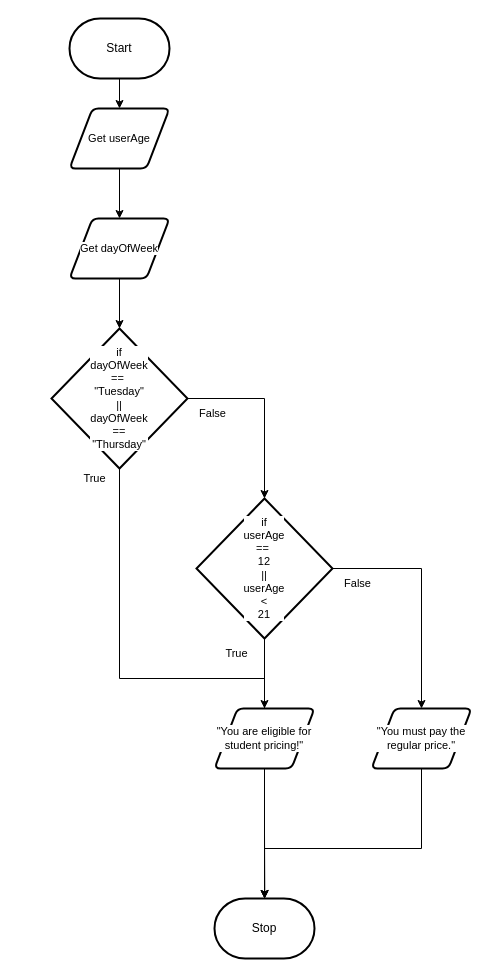
Earlier version of the draw.io diagram design/flowchart.drawio (MTHS-ICD2O-1-2024/ICD2O-Unit-5-04-bain-liao-1). Source tidied: cells renumbered, new cells numbered last; positions are measured from the earlier drawing's top-left corner, leaving out a move shared by most shapes. Both pictures are drawn from the tidied source at 100%, with x=0, y=0 at pixel (51, 18).
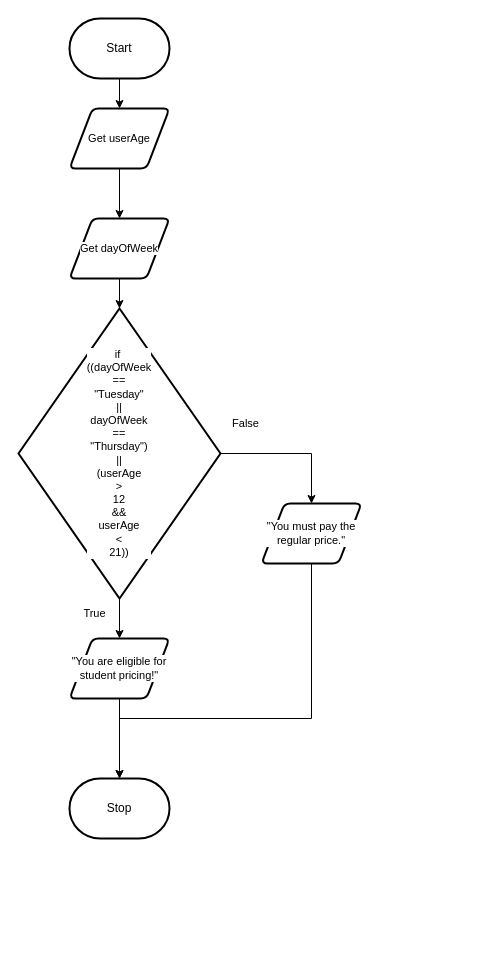
The same page after the edit.

Commit message (it also covers changes not shown here):
updated flowchart and code to be like flowchart

Diff of the diagram source:
```diff
@@
-    <mxCell id="4" style="edgeStyle=orthogonalEdgeStyle;shape=connector;rounded=0;html=1;exitX=1;exitY=0.5;exitDx=0;exitDy=0;exitPerimeter=0;strokeColor=default;align=center;verticalAlign=middle;fontFamily=Helvetica;fontSize=11;fontColor=default;labelBackgroundColor=default;endArrow=classic;entryX=0.5;entryY=0;entryDx=0;entryDy=0;entryPerimeter=0;" parent="1" edge="1" source="6" target="18">
-      <mxGeometry relative="1" as="geometry">
-        <Array as="points">
-          <mxPoint x="213" y="380" />
-        </Array>
-      </mxGeometry>
-    </mxCell>
-    <mxCell id="5" style="edgeStyle=orthogonalEdgeStyle;shape=connector;rounded=0;html=1;exitX=0.5;exitY=1;exitDx=0;exitDy=0;exitPerimeter=0;strokeColor=default;align=center;verticalAlign=middle;fontFamily=Helvetica;fontSize=11;fontColor=default;labelBackgroundColor=default;endArrow=classic;entryX=0.5;entryY=0;entryDx=0;entryDy=0;entryPerimeter=0;" parent="1" edge="1" source="6" target="11">
-      <mxGeometry relative="1" as="geometry">
-        <Array as="points">
-          <mxPoint x="68" y="660" />
-          <mxPoint x="213" y="660" />
-        </Array>
-      </mxGeometry>
-    </mxCell>
+    <mxCell id="23" style="edgeStyle=orthogonalEdgeStyle;shape=connector;rounded=0;html=1;exitX=1;exitY=0.5;exitDx=0;exitDy=0;exitPerimeter=0;entryX=0.5;entryY=0;entryDx=0;entryDy=0;strokeColor=default;align=center;verticalAlign=middle;fontFamily=Helvetica;fontSize=11;fontColor=default;labelBackgroundColor=default;endArrow=classic;" parent="1" edge="1" source="6" target="13">
+      <mxGeometry relative="1" as="geometry" />
+    </mxCell>
-    <mxCell id="6" value="if&lt;div&gt;dayOfWeek&lt;/div&gt;&lt;div&gt;==&amp;nbsp;&lt;/div&gt;&lt;div&gt;&quot;Tuesday&quot;&lt;/div&gt;&lt;div&gt;||&lt;/div&gt;&lt;div&gt;dayOfWeek&lt;/div&gt;&lt;div&gt;==&lt;/div&gt;&lt;div&gt;&quot;Thursday&quot;&lt;/div&gt;&lt;div&gt;&lt;/div&gt;&lt;div&gt;&lt;/div&gt;&lt;div&gt;&lt;/div&gt;&lt;div&gt;&lt;/div&gt;" style="strokeWidth=2;html=1;shape=mxgraph.flowchart.decision;whiteSpace=wrap;fontFamily=Helvetica;fontSize=11;fontColor=default;labelBackgroundColor=default;" parent="1" vertex="1">
-      <mxGeometry y="310" width="136" height="140" as="geometry" />
+    <mxCell id="6" value="&lt;div&gt;&lt;font style=&quot;&quot;&gt;if&amp;nbsp;&lt;/font&gt;&lt;/div&gt;&lt;div&gt;&lt;font style=&quot;&quot;&gt;&lt;font style=&quot;&quot;&gt;(&lt;/font&gt;&lt;span style=&quot;background-color: light-dark(#ffffff, var(--ge-dark-color, #121212));&quot;&gt;(dayOfWeek&lt;/span&gt;&lt;/font&gt;&lt;/div&gt;&lt;div&gt;&lt;span style=&quot;background-color: light-dark(#ffffff, var(--ge-dark-color, #121212));&quot;&gt;&lt;font style=&quot;&quot;&gt;==&lt;/font&gt;&lt;/span&gt;&lt;/div&gt;&lt;div&gt;&lt;span style=&quot;background-color: light-dark(#ffffff, var(--ge-dark-color, #121212));&quot;&gt;&lt;font style=&quot;&quot;&gt;&quot;Tuesday&quot;&lt;/font&gt;&lt;/span&gt;&lt;/div&gt;&lt;div&gt;&lt;span style=&quot;background-color: light-dark(#ffffff, var(--ge-dark-color, #121212));&quot;&gt;&lt;font style=&quot;&quot;&gt;||&lt;/font&gt;&lt;/span&gt;&lt;/div&gt;&lt;div&gt;&lt;span style=&quot;background-color: light-dark(#ffffff, var(--ge-dark-color, #121212));&quot;&gt;&lt;font style=&quot;&quot;&gt;dayOfWeek&lt;/font&gt;&lt;/span&gt;&lt;/div&gt;&lt;div&gt;&lt;span style=&quot;background-color: light-dark(#ffffff, var(--ge-dark-color, #121212));&quot;&gt;&lt;font style=&quot;&quot;&gt;==&lt;/font&gt;&lt;/span&gt;&lt;/div&gt;&lt;div&gt;&lt;span style=&quot;background-color: light-dark(#ffffff, var(--ge-dark-color, #121212));&quot;&gt;&lt;font style=&quot;&quot;&gt;&quot;Thursday&quot;)&lt;/font&gt;&lt;/span&gt;&lt;/div&gt;&lt;div&gt;&lt;span style=&quot;background-color: light-dark(#ffffff, var(--ge-dark-color, #121212));&quot;&gt;&lt;font style=&quot;&quot;&gt;||&lt;/font&gt;&lt;/span&gt;&lt;/div&gt;&lt;div&gt;&lt;span style=&quot;background-color: light-dark(#ffffff, var(--ge-dark-color, #121212));&quot;&gt;&lt;font style=&quot;&quot;&gt;(userAge&lt;/font&gt;&lt;/span&gt;&lt;/div&gt;&lt;div&gt;&lt;span style=&quot;background-color: light-dark(#ffffff, var(--ge-dark-color, #121212));&quot;&gt;&lt;font style=&quot;&quot;&gt;&amp;gt;&lt;/font&gt;&lt;/span&gt;&lt;/div&gt;&lt;div&gt;&lt;span style=&quot;background-color: light-dark(#ffffff, var(--ge-dark-color, #121212));&quot;&gt;&lt;font style=&quot;&quot;&gt;12&lt;/font&gt;&lt;/span&gt;&lt;/div&gt;&lt;div&gt;&lt;span style=&quot;background-color: light-dark(#ffffff, var(--ge-dark-color, #121212));&quot;&gt;&lt;font style=&quot;&quot;&gt;&amp;amp;&amp;amp;&lt;/font&gt;&lt;/span&gt;&lt;/div&gt;&lt;div&gt;&lt;span style=&quot;background-color: light-dark(#ffffff, var(--ge-dark-color, #121212));&quot;&gt;&lt;font style=&quot;&quot;&gt;userAge&lt;/font&gt;&lt;/span&gt;&lt;/div&gt;&lt;div&gt;&lt;span style=&quot;background-color: light-dark(#ffffff, var(--ge-dark-color, #121212));&quot;&gt;&lt;font style=&quot;&quot;&gt;&amp;lt;&lt;/font&gt;&lt;/span&gt;&lt;/div&gt;&lt;div&gt;&lt;font style=&quot;&quot;&gt;&lt;span style=&quot;background-color: light-dark(#ffffff, var(--ge-dark-color, #121212));&quot;&gt;21)&lt;/span&gt;&lt;span style=&quot;background-color: light-dark(#ffffff, var(--ge-dark-color, #121212));&quot;&gt;)&lt;/span&gt;&lt;/font&gt;&lt;/div&gt;&lt;div&gt;&lt;div&gt;&lt;/div&gt;&lt;div&gt;&lt;/div&gt;&lt;div&gt;&lt;/div&gt;&lt;div&gt;&lt;/div&gt;&lt;/div&gt;" style="strokeWidth=2;html=1;shape=mxgraph.flowchart.decision;whiteSpace=wrap;fontFamily=Helvetica;fontSize=11;fontColor=light-dark(#000000,#FFFFFF);labelBackgroundColor=default;" parent="1" vertex="1">
+      <mxGeometry x="-33" y="290" width="202" height="290" as="geometry" />
     </mxCell>
     <mxCell id="7" value="False" style="text;html=1;align=center;verticalAlign=middle;strokeColor=none;fillColor=none;fontFamily=Helvetica;fontSize=11;fontColor=default;labelBackgroundColor=default;" parent="1" vertex="1">
-      <mxGeometry x="136" y="380" width="50" height="30" as="geometry" />
+      <mxGeometry x="169" y="390" width="50" height="30" as="geometry" />
     </mxCell>
     <mxCell id="8" value="True" style="text;html=1;align=center;verticalAlign=middle;strokeColor=none;fillColor=none;fontFamily=Helvetica;fontSize=11;fontColor=default;labelBackgroundColor=default;" parent="1" vertex="1">
-      <mxGeometry x="18" y="445" width="50" height="30" as="geometry" />
+      <mxGeometry x="18" y="580" width="50" height="30" as="geometry" />
     </mxCell>
@@
     <mxCell id="11" value="Stop" style="strokeWidth=2;html=1;shape=mxgraph.flowchart.terminator;whiteSpace=wrap;" parent="1" vertex="1">
-      <mxGeometry x="163" y="880" width="100" height="60" as="geometry" />
+      <mxGeometry x="18" y="760" width="100" height="60" as="geometry" />
     </mxCell>
-    <mxCell id="12" style="edgeStyle=orthogonalEdgeStyle;shape=connector;rounded=0;html=1;exitX=0.5;exitY=1;exitDx=0;exitDy=0;entryX=0.5;entryY=0;entryDx=0;entryDy=0;entryPerimeter=0;labelBackgroundColor=default;strokeColor=default;fontFamily=Helvetica;fontSize=11;fontColor=default;endArrow=classic;" parent="1" edge="1" source="13" target="11">
-      <mxGeometry relative="1" as="geometry">
-        <Array as="points">
-          <mxPoint x="370" y="830" />
-          <mxPoint x="213" y="830" />
-        </Array>
-      </mxGeometry>
-    </mxCell>
     <mxCell id="13" value="&quot;You must pay the regular price.&quot;" style="shape=parallelogram;html=1;strokeWidth=2;perimeter=parallelogramPerimeter;whiteSpace=wrap;rounded=1;arcSize=12;size=0.23;fontFamily=Helvetica;fontSize=11;fontColor=default;labelBackgroundColor=default;" parent="1" vertex="1">
-      <mxGeometry x="320" y="690" width="100" height="60" as="geometry" />
+      <mxGeometry x="210" y="485" width="100" height="60" as="geometry" />
     </mxCell>
@@
-    <mxCell id="16" style="edgeStyle=orthogonalEdgeStyle;shape=connector;rounded=0;html=1;exitX=1;exitY=0.5;exitDx=0;exitDy=0;exitPerimeter=0;entryX=0.5;entryY=0;entryDx=0;entryDy=0;labelBackgroundColor=default;strokeColor=default;fontFamily=Helvetica;fontSize=11;fontColor=default;endArrow=classic;" parent="1" edge="1" source="18" target="13">
-      <mxGeometry relative="1" as="geometry" />
-    </mxCell>
-    <mxCell id="17" style="edgeStyle=orthogonalEdgeStyle;shape=connector;rounded=0;html=1;exitX=0.5;exitY=1;exitDx=0;exitDy=0;exitPerimeter=0;entryX=0.5;entryY=0;entryDx=0;entryDy=0;labelBackgroundColor=default;strokeColor=default;fontFamily=Helvetica;fontSize=11;fontColor=default;endArrow=classic;" parent="1" edge="1" source="18" target="22">
+    <mxCell id="17" style="edgeStyle=orthogonalEdgeStyle;shape=connector;rounded=0;html=1;exitX=0.5;exitY=1;exitDx=0;exitDy=0;exitPerimeter=0;entryX=0.5;entryY=0;entryDx=0;entryDy=0;labelBackgroundColor=default;strokeColor=default;fontFamily=Helvetica;fontSize=11;fontColor=default;endArrow=classic;" parent="1" edge="1" source="6" target="22">
       <mxGeometry relative="1" as="geometry" />
     </mxCell>
-    <mxCell id="18" value="if&lt;div&gt;userAge&lt;/div&gt;&lt;div&gt;==&amp;nbsp;&lt;/div&gt;&lt;div&gt;&lt;/div&gt;&lt;div&gt;12&lt;/div&gt;&lt;div&gt;||&lt;/div&gt;&lt;div&gt;&lt;/div&gt;&lt;div&gt;userAge&lt;/div&gt;&lt;div&gt;&lt;/div&gt;&lt;div&gt;&amp;lt;&lt;/div&gt;&lt;div&gt;21&lt;/div&gt;&lt;div&gt;&lt;/div&gt;&lt;div&gt;&lt;/div&gt;&lt;div&gt;&lt;/div&gt;&lt;div&gt;&lt;/div&gt;" style="strokeWidth=2;html=1;shape=mxgraph.flowchart.decision;whiteSpace=wrap;fontFamily=Helvetica;fontSize=11;fontColor=default;labelBackgroundColor=default;" parent="1" vertex="1">
-      <mxGeometry x="145" y="480" width="136" height="140" as="geometry" />
-    </mxCell>
-    <mxCell id="19" value="False" style="text;html=1;align=center;verticalAlign=middle;strokeColor=none;fillColor=none;fontFamily=Helvetica;fontSize=11;fontColor=default;labelBackgroundColor=default;" parent="1" vertex="1">
-      <mxGeometry x="281" y="550" width="50" height="30" as="geometry" />
-    </mxCell>
-    <mxCell id="20" value="True" style="text;html=1;align=center;verticalAlign=middle;strokeColor=none;fillColor=none;fontFamily=Helvetica;fontSize=11;fontColor=default;labelBackgroundColor=default;" parent="1" vertex="1">
-      <mxGeometry x="160" y="620" width="50" height="30" as="geometry" />
-    </mxCell>
+    <mxCell id="22" value="&quot;You are eligible for student pricing!&quot;" style="shape=parallelogram;html=1;strokeWidth=2;perimeter=parallelogramPerimeter;whiteSpace=wrap;rounded=1;arcSize=12;size=0.23;fontFamily=Helvetica;fontSize=11;fontColor=default;labelBackgroundColor=default;" parent="1" vertex="1">
+      <mxGeometry x="18" y="620" width="100" height="60" as="geometry" />
+    </mxCell>
-    <mxCell id="21" style="edgeStyle=orthogonalEdgeStyle;shape=connector;rounded=0;html=1;exitX=0.5;exitY=1;exitDx=0;exitDy=0;labelBackgroundColor=default;strokeColor=default;fontFamily=Helvetica;fontSize=11;fontColor=default;endArrow=classic;" parent="1" edge="1" source="22">
-      <mxGeometry relative="1" as="geometry">
-        <mxPoint x="213.3" y="880" as="targetPoint" />
-      </mxGeometry>
+    <mxCell id="21" style="edgeStyle=orthogonalEdgeStyle;shape=connector;rounded=0;html=1;exitX=0.5;exitY=1;exitDx=0;exitDy=0;entryX=0.5;entryY=0;entryDx=0;entryDy=0;entryPerimeter=0;strokeColor=default;align=center;verticalAlign=middle;fontFamily=Helvetica;fontSize=11;fontColor=default;labelBackgroundColor=default;endArrow=classic;" parent="1" edge="1" source="22" target="11">
+      <mxGeometry relative="1" as="geometry" />
     </mxCell>
-    <mxCell id="22" value="&quot;You are eligible for student pricing!&quot;" style="shape=parallelogram;html=1;strokeWidth=2;perimeter=parallelogramPerimeter;whiteSpace=wrap;rounded=1;arcSize=12;size=0.23;fontFamily=Helvetica;fontSize=11;fontColor=default;labelBackgroundColor=default;" parent="1" vertex="1">
-      <mxGeometry x="163" y="690" width="100" height="60" as="geometry" />
-    </mxCell>
+    <mxCell id="12" style="edgeStyle=orthogonalEdgeStyle;shape=connector;rounded=0;html=1;exitX=0.5;exitY=1;exitDx=0;exitDy=0;entryX=0.5;entryY=0;entryDx=0;entryDy=0;entryPerimeter=0;strokeColor=default;align=center;verticalAlign=middle;fontFamily=Helvetica;fontSize=11;fontColor=default;labelBackgroundColor=default;endArrow=classic;" parent="1" edge="1" source="13" target="11">
+      <mxGeometry relative="1" as="geometry">
+        <Array as="points">
+          <mxPoint x="260" y="700" />
+          <mxPoint x="68" y="700" />
+        </Array>
+      </mxGeometry>
+    </mxCell>
```
